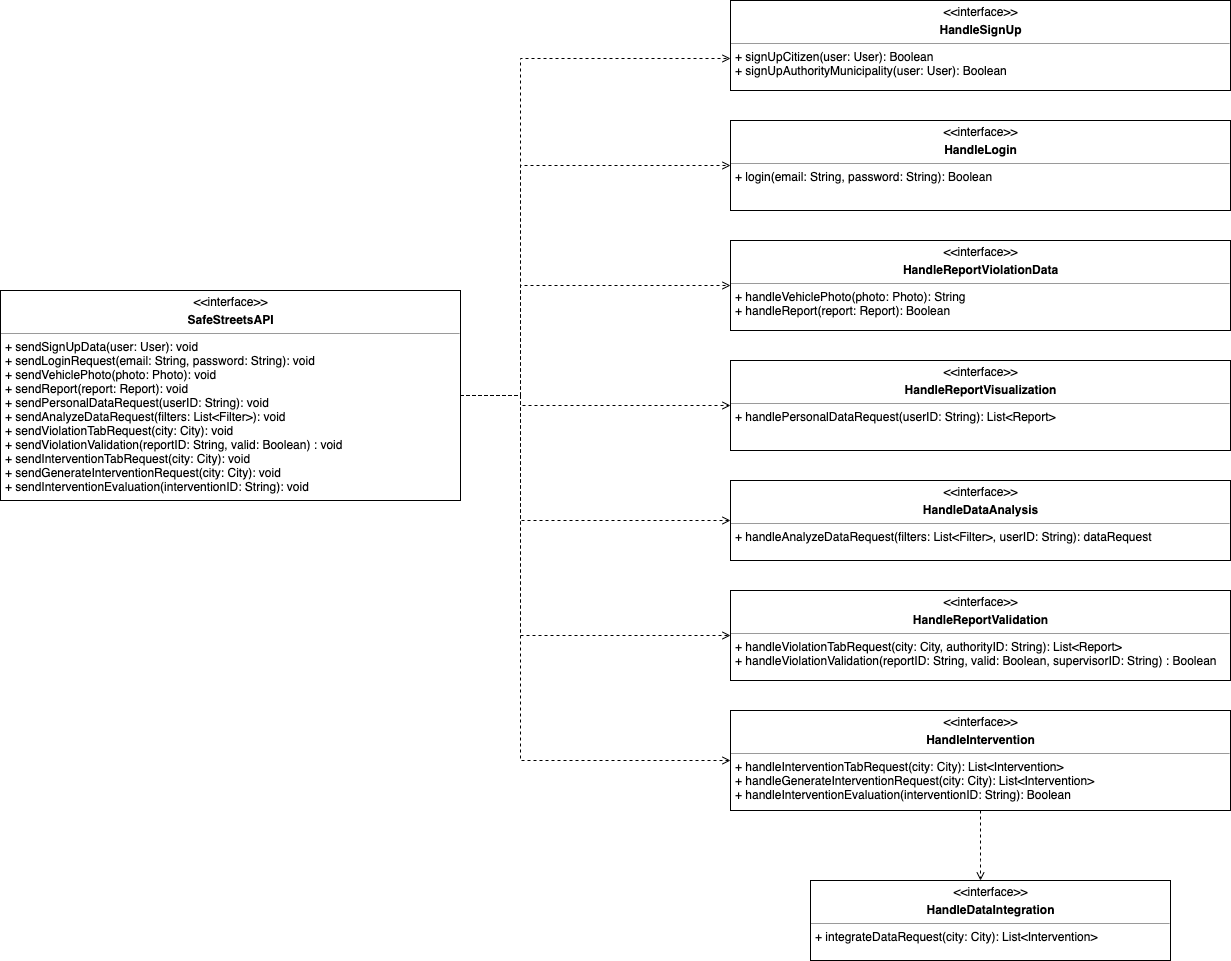
AndreaFalanti/FalantiHuang-SwEngineering2 keeps this draw.io diagram as Documentation/DD/Images/ComponentInterfaces.png. Above is the earlier version. Source tidied: cells renumbered, new cells last; positions are measured from the earlier drawing's top-left corner, leaving out a move shared by most shapes.
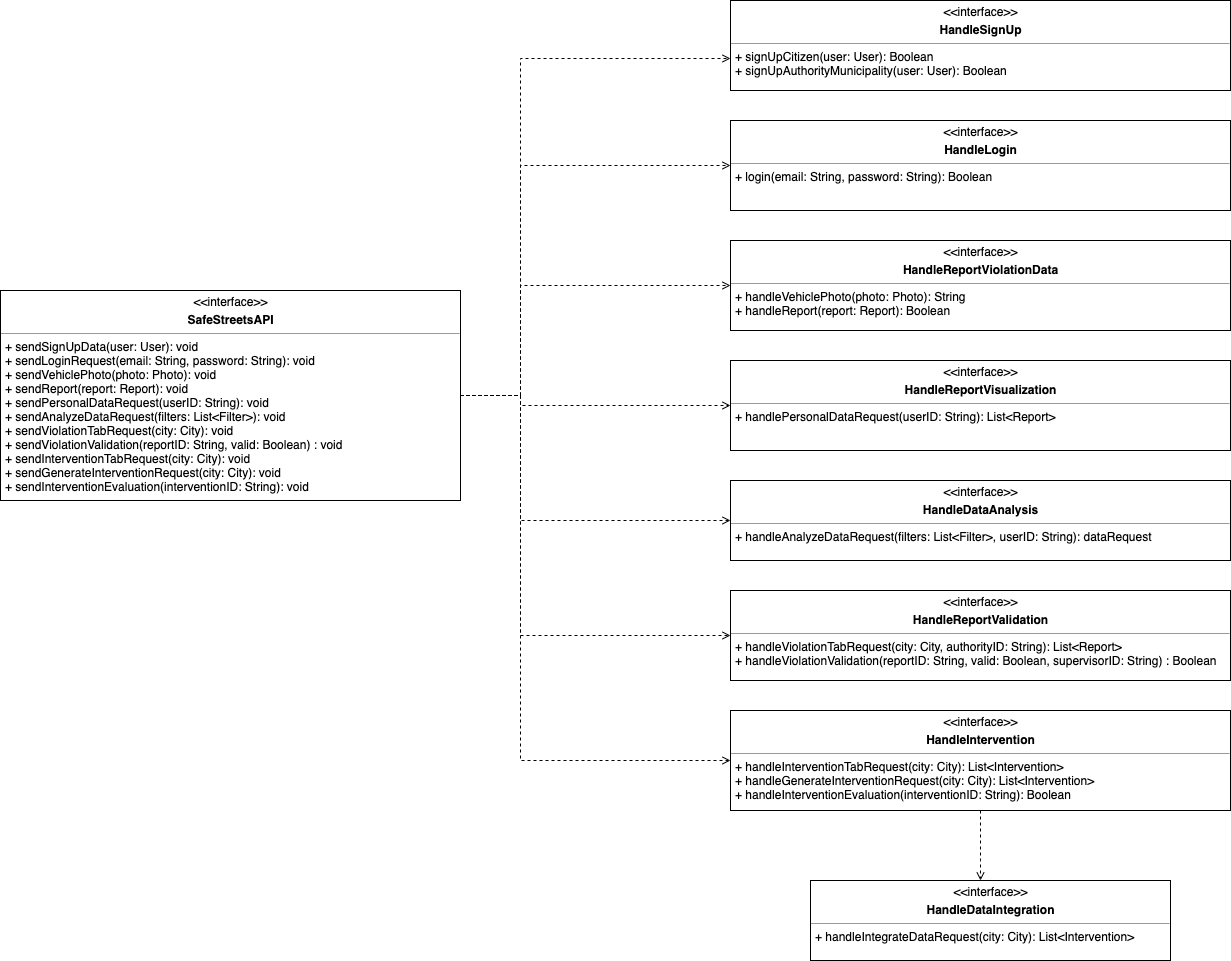
The same file after the commit.

The edit, as a diff of the source:
```diff
@@ -61,7 +61,7 @@
     <mxCell id="9" value="&lt;p style=&quot;margin: 4px 0px 0px ; text-align: center&quot;&gt;&amp;lt;&amp;lt;interface&amp;gt;&amp;gt;&lt;/p&gt;&lt;p style=&quot;margin: 4px 0px 0px ; text-align: center&quot;&gt;&lt;b&gt;SafeStreetsAPI&lt;/b&gt;&lt;/p&gt;&lt;hr size=&quot;1&quot;&gt;&lt;p style=&quot;margin: 0px ; margin-left: 4px&quot;&gt;&lt;span&gt;+ sendSignUpData(user: User): void&lt;/span&gt;&lt;/p&gt;&lt;p style=&quot;margin: 0px ; margin-left: 4px&quot;&gt;&lt;span&gt;+ sendLoginRequest(email: String, password: String): void&lt;/span&gt;&lt;/p&gt;&lt;p style=&quot;margin: 0px ; margin-left: 4px&quot;&gt;&lt;span&gt;+ sendVehiclePhoto(photo: Photo): void&lt;/span&gt;&lt;/p&gt;&lt;p style=&quot;margin: 0px ; margin-left: 4px&quot;&gt;+ sendReport(report: Report): void&lt;/p&gt;&lt;p style=&quot;margin: 0px ; margin-left: 4px&quot;&gt;+ sendPersonalDataRequest(userID: String): void&lt;/p&gt;&lt;p style=&quot;margin: 0px ; margin-left: 4px&quot;&gt;+ sendAnalyzeDataRequest(filters: List&amp;lt;Filter&amp;gt;): void&lt;/p&gt;&lt;p style=&quot;margin: 0px ; margin-left: 4px&quot;&gt;+ sendViolationTabRequest(city: City): void&lt;/p&gt;&lt;p style=&quot;margin: 0px ; margin-left: 4px&quot;&gt;+ sendViolationValidation(reportID: String, valid: Boolean) : void&lt;/p&gt;&lt;p style=&quot;margin: 0px ; margin-left: 4px&quot;&gt;+ sendInterventionTabRequest(city: City): void&lt;/p&gt;&lt;p style=&quot;margin: 0px ; margin-left: 4px&quot;&gt;+ sendGenerateInterventionRequest(city: City): void&lt;/p&gt;&lt;p style=&quot;margin: 0px ; margin-left: 4px&quot;&gt;+ sendInterventionEvaluation(interventionID: String): void&lt;/p&gt;" style="verticalAlign=top;align=left;overflow=fill;fontSize=12;fontFamily=Helvetica;html=1;" parent="1" vertex="1">
       <mxGeometry y="290" width="460" height="210" as="geometry" />
     </mxCell>
-    <mxCell id="10" value="&lt;p style=&quot;margin: 4px 0px 0px ; text-align: center&quot;&gt;&amp;lt;&amp;lt;interface&amp;gt;&amp;gt;&lt;/p&gt;&lt;p style=&quot;margin: 4px 0px 0px ; text-align: center&quot;&gt;&lt;b&gt;HandleDataIntegration&lt;/b&gt;&lt;/p&gt;&lt;hr size=&quot;1&quot;&gt;&lt;p style=&quot;margin: 0px 0px 0px 4px&quot;&gt;+ integrateDataRequest(city: City): List&amp;lt;Intervention&amp;gt;&lt;/p&gt;&lt;div&gt;&lt;br&gt;&lt;/div&gt;" style="verticalAlign=top;align=left;overflow=fill;fontSize=12;fontFamily=Helvetica;html=1;" parent="1" vertex="1">
+    <mxCell id="10" value="&lt;p style=&quot;margin: 4px 0px 0px ; text-align: center&quot;&gt;&amp;lt;&amp;lt;interface&amp;gt;&amp;gt;&lt;/p&gt;&lt;p style=&quot;margin: 4px 0px 0px ; text-align: center&quot;&gt;&lt;b&gt;HandleDataIntegration&lt;/b&gt;&lt;/p&gt;&lt;hr size=&quot;1&quot;&gt;&lt;p style=&quot;margin: 0px 0px 0px 4px&quot;&gt;+ handleIntegrateDataRequest(city: City): List&amp;lt;Intervention&amp;gt;&lt;/p&gt;&lt;div&gt;&lt;br&gt;&lt;/div&gt;" style="verticalAlign=top;align=left;overflow=fill;fontSize=12;fontFamily=Helvetica;html=1;" parent="1" vertex="1">
       <mxGeometry x="810" y="880" width="360" height="80" as="geometry" />
     </mxCell>
     <mxCell id="11" style="group;" parent="1" vertex="1">
```
